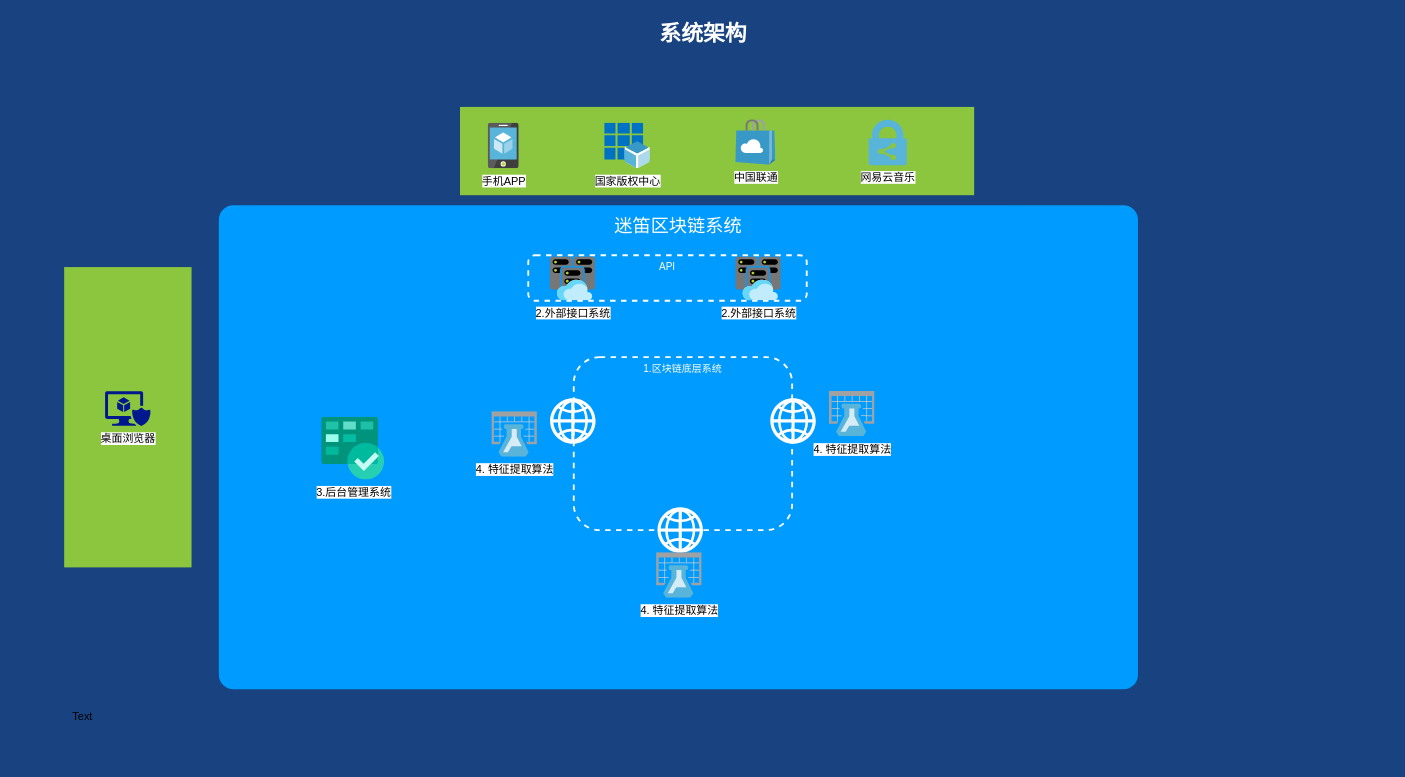
Before: midi.drawio in frankyzf/drawio, a draw.io diagram. Source tidied: cells renumbered, new cells numbered last; positions are measured from the earlier drawing's top-left corner, leaving out a move shared by most shapes. Both pictures are drawn from the tidied source at 91%, with x=0, y=0 at pixel (15, 15).
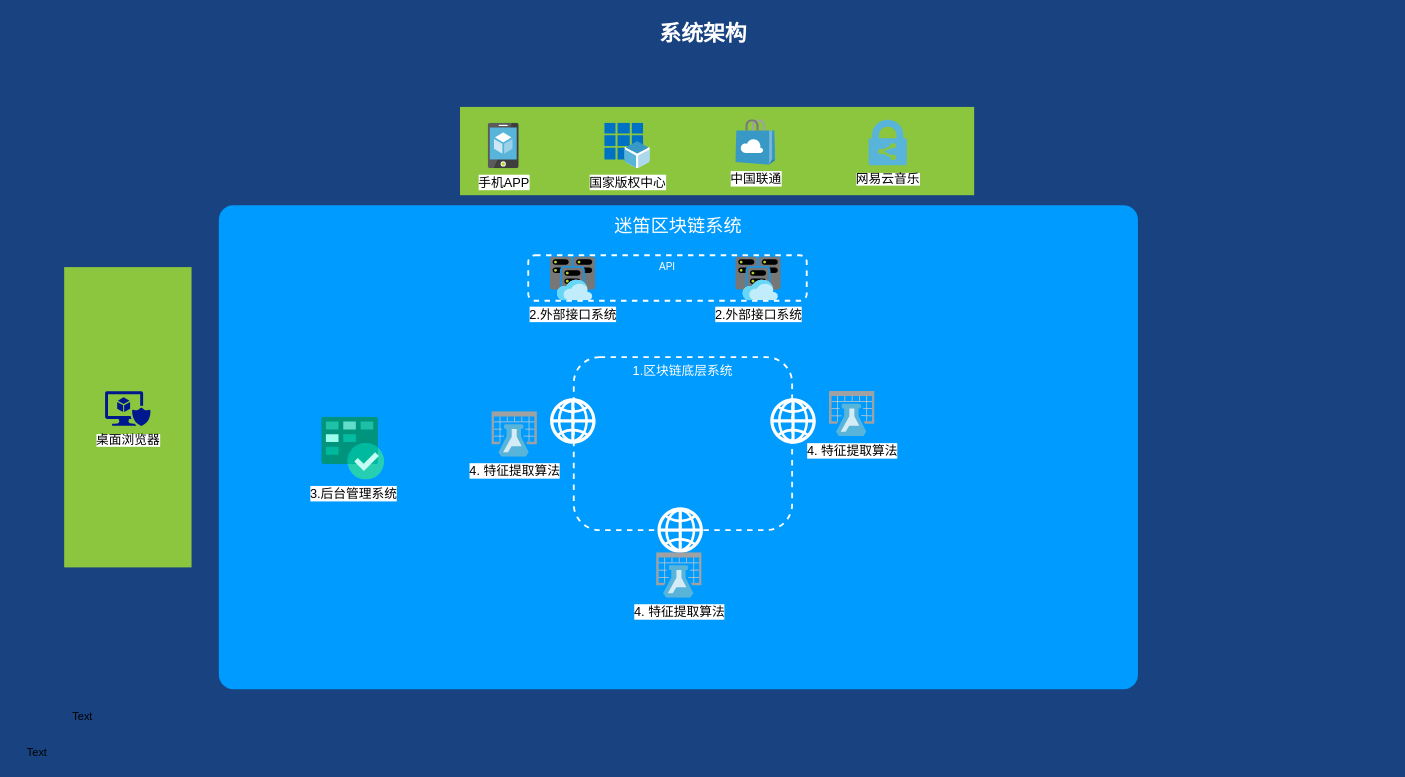
The same diagram, later.

The edit, as a diff of the source:
```diff
@@
-    <mxCell id="3" value="1.区块链底层系统" style="rounded=1;whiteSpace=wrap;html=1;shadow=0;strokeWidth=2;fillColor=none;fontSize=11;fontColor=#FFFFFF;align=center;strokeColor=#FFFFFF;dashed=1;verticalAlign=top;glass=0;" parent="1" vertex="1">
+    <mxCell id="3" value="&lt;font style=&quot;font-size: 14px&quot;&gt;1.区块链底层系统&lt;/font&gt;" style="rounded=1;whiteSpace=wrap;html=1;shadow=0;strokeWidth=2;fillColor=none;fontSize=11;fontColor=#FFFFFF;align=center;strokeColor=#FFFFFF;dashed=1;verticalAlign=top;glass=0;" parent="1" vertex="1">
       <mxGeometry x="613" y="375" width="240" height="190" as="geometry" />
     </mxCell>
@@
-    <mxCell id="10" value="手机APP" style="html=1;align=center;image;fontSize=12;image=img/lib/mscae/App_Service_Mobile_App.svg;" parent="1" vertex="1">
+    <mxCell id="10" value="&lt;font style=&quot;font-size: 14px&quot;&gt;手机APP&lt;/font&gt;" style="html=1;align=center;image;fontSize=12;image=img/lib/mscae/App_Service_Mobile_App.svg;" parent="1" vertex="1">
       <mxGeometry x="519" y="118" width="34" height="50" as="geometry" />
     </mxCell>
@@
-    <mxCell id="12" value="&lt;span style=&quot;background-color: rgb(255 , 255 , 255)&quot;&gt;桌面浏览器&lt;/span&gt;" style="shadow=0;dashed=0;html=1;strokeColor=none;labelPosition=center;verticalLabelPosition=bottom;verticalAlign=top;align=center;fillColor=#00188D;shape=mxgraph.mscae.enterprise.secure_virtual_machine;" parent="1" vertex="1">
+    <mxCell id="12" value="&lt;span style=&quot;background-color: rgb(255 , 255 , 255)&quot;&gt;&lt;font style=&quot;font-size: 14px&quot;&gt;桌面浏览器&lt;/font&gt;&lt;/span&gt;" style="shadow=0;dashed=0;html=1;strokeColor=none;labelPosition=center;verticalLabelPosition=bottom;verticalAlign=top;align=center;fillColor=#00188D;shape=mxgraph.mscae.enterprise.secure_virtual_machine;" parent="1" vertex="1">
       <mxGeometry x="98" y="412.5" width="50" height="38" as="geometry" />
     </mxCell>
-    <mxCell id="13" value="4. 特征提取算法" style="html=1;align=center;image;fontSize=12;image=img/lib/mscae/Machine_Learning_Studio_Workspaces.svg;glass=0;" parent="1" vertex="1">
+    <mxCell id="13" value="&lt;font style=&quot;font-size: 14px&quot;&gt;4. 特征提取算法&lt;/font&gt;" style="html=1;align=center;image;fontSize=12;image=img/lib/mscae/Machine_Learning_Studio_Workspaces.svg;glass=0;" parent="1" vertex="1">
       <mxGeometry x="523" y="435" width="50" height="50" as="geometry" />
     </mxCell>
-    <mxCell id="14" value="4. 特征提取算法" style="html=1;align=center;image;fontSize=12;image=img/lib/mscae/Machine_Learning_Studio_Workspaces.svg;glass=0;" parent="1" vertex="1">
+    <mxCell id="14" value="&lt;font style=&quot;font-size: 14px&quot;&gt;4. 特征提取算法&lt;/font&gt;" style="html=1;align=center;image;fontSize=12;image=img/lib/mscae/Machine_Learning_Studio_Workspaces.svg;glass=0;" parent="1" vertex="1">
       <mxGeometry x="894" y="412.5" width="50" height="50" as="geometry" />
     </mxCell>
-    <mxCell id="15" value="4. 特征提取算法" style="html=1;align=center;image;fontSize=12;image=img/lib/mscae/Machine_Learning_Studio_Workspaces.svg;glass=0;" parent="1" vertex="1">
+    <mxCell id="15" value="&lt;font style=&quot;font-size: 14px&quot;&gt;4. 特征提取算法&lt;/font&gt;" style="html=1;align=center;image;fontSize=12;image=img/lib/mscae/Machine_Learning_Studio_Workspaces.svg;glass=0;" parent="1" vertex="1">
       <mxGeometry x="704" y="590" width="50" height="50" as="geometry" />
     </mxCell>
-    <mxCell id="16" value="2.外部接口系统" style="html=1;align=center;image;fontSize=12;image=img/lib/mscae/Virtual_Clusters.svg;glass=0;" parent="1" vertex="1">
+    <mxCell id="16" value="&lt;font style=&quot;font-size: 14px&quot;&gt;2.外部接口系统&lt;/font&gt;" style="html=1;align=center;image;fontSize=12;image=img/lib/mscae/Virtual_Clusters.svg;glass=0;" parent="1" vertex="1">
       <mxGeometry x="587" y="265" width="50" height="48" as="geometry" />
     </mxCell>
-    <mxCell id="17" value="2.外部接口系统" style="html=1;align=center;image;fontSize=12;image=img/lib/mscae/Virtual_Clusters.svg;glass=0;" parent="1" vertex="1">
+    <mxCell id="17" value="&lt;font style=&quot;font-size: 14px&quot;&gt;2.外部接口系统&lt;/font&gt;" style="html=1;align=center;image;fontSize=12;image=img/lib/mscae/Virtual_Clusters.svg;glass=0;" parent="1" vertex="1">
       <mxGeometry x="791" y="265" width="50" height="48" as="geometry" />
     </mxCell>
-    <mxCell id="18" value="3.后台管理系统" style="html=1;align=center;image;fontSize=12;image=img/lib/mscae/Azure_Boards.svg;glass=0;" parent="1" vertex="1">
+    <mxCell id="18" value="&lt;font style=&quot;font-size: 14px&quot;&gt;3.后台管理系统&lt;/font&gt;" style="html=1;align=center;image;fontSize=12;image=img/lib/mscae/Azure_Boards.svg;glass=0;" parent="1" vertex="1">
       <mxGeometry x="336" y="441" width="69" height="69" as="geometry" />
     </mxCell>
-    <mxCell id="19" value="国家版权中心" style="html=1;align=center;image;fontSize=12;image=img/lib/mscae/App_Registrations.svg;glass=0;" parent="1" vertex="1">
+    <mxCell id="19" value="&lt;font style=&quot;font-size: 14px&quot;&gt;国家版权中心&lt;/font&gt;" style="html=1;align=center;image;fontSize=12;image=img/lib/mscae/App_Registrations.svg;glass=0;" parent="1" vertex="1">
       <mxGeometry x="647" y="118" width="50" height="50" as="geometry" />
     </mxCell>
-    <mxCell id="20" value="中国联通" style="html=1;align=center;image;fontSize=12;image=img/lib/mscae/Store_Marketplace.svg;glass=0;" parent="1" vertex="1">
+    <mxCell id="20" value="&lt;font style=&quot;font-size: 14px&quot;&gt;中国联通&lt;/font&gt;" style="html=1;align=center;image;fontSize=12;image=img/lib/mscae/Store_Marketplace.svg;glass=0;" parent="1" vertex="1">
       <mxGeometry x="791" y="114" width="44" height="50" as="geometry" />
     </mxCell>
-    <mxCell id="21" value="&lt;span style=&quot;background-color: rgb(255 , 255 , 255)&quot;&gt;网易云音乐&lt;/span&gt;" style="shadow=0;dashed=0;html=1;strokeColor=none;labelPosition=center;verticalLabelPosition=bottom;verticalAlign=top;align=center;shape=mxgraph.mscae.cloud.azure_rights_management_rms;fillColor=#58B4D9;glass=0;" parent="1" vertex="1">
+    <mxCell id="21" value="&lt;span style=&quot;background-color: rgb(255 , 255 , 255)&quot;&gt;&lt;font style=&quot;font-size: 14px&quot;&gt;网易云音乐&lt;/font&gt;&lt;/span&gt;" style="shadow=0;dashed=0;html=1;strokeColor=none;labelPosition=center;verticalLabelPosition=bottom;verticalAlign=top;align=center;shape=mxgraph.mscae.cloud.azure_rights_management_rms;fillColor=#58B4D9;glass=0;" parent="1" vertex="1">
       <mxGeometry x="937" y="114" width="42" height="50" as="geometry" />
     </mxCell>
@@
+    <mxCell id="23" value="Text" style="text;html=1;align=center;verticalAlign=middle;fillColor=none;strokeColor=none;rounded=0;" parent="1" vertex="1">
+      <mxGeometry x="3" y="800" width="40" height="20" as="geometry" />
+    </mxCell>
```
